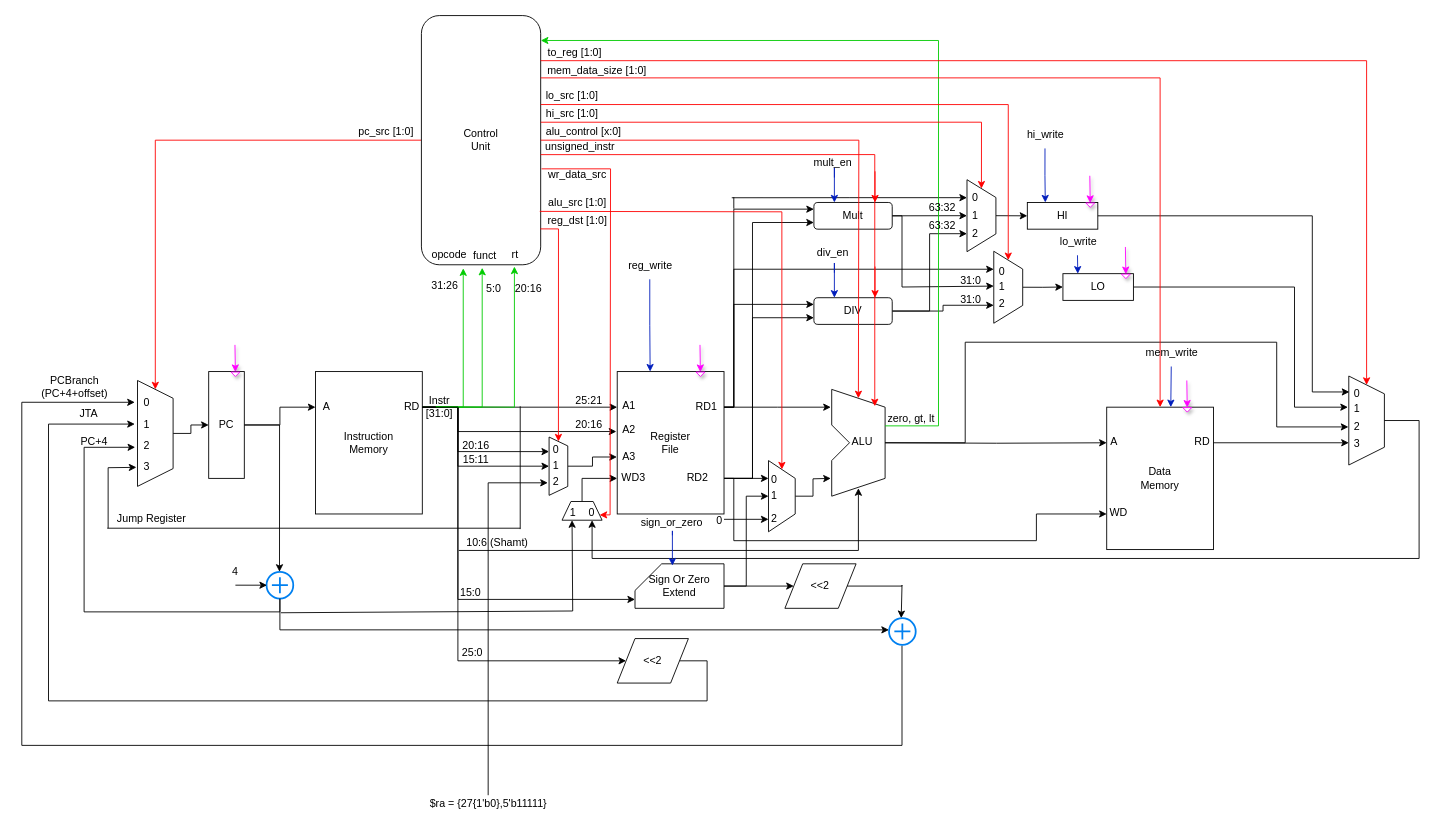
The draw.io diagram Phase1_MIPS_Single_Cycle.drawio in mo2menwael/MIPS32_SingleCycle_Processor, before the edit. Source tidied: cells renumbered, new cells numbered last; positions are measured from the earlier drawing's top-left corner, leaving out a move shared by most shapes. Both pictures are drawn from the tidied source at 89%, with x=0, y=0 at pixel (21, 15).
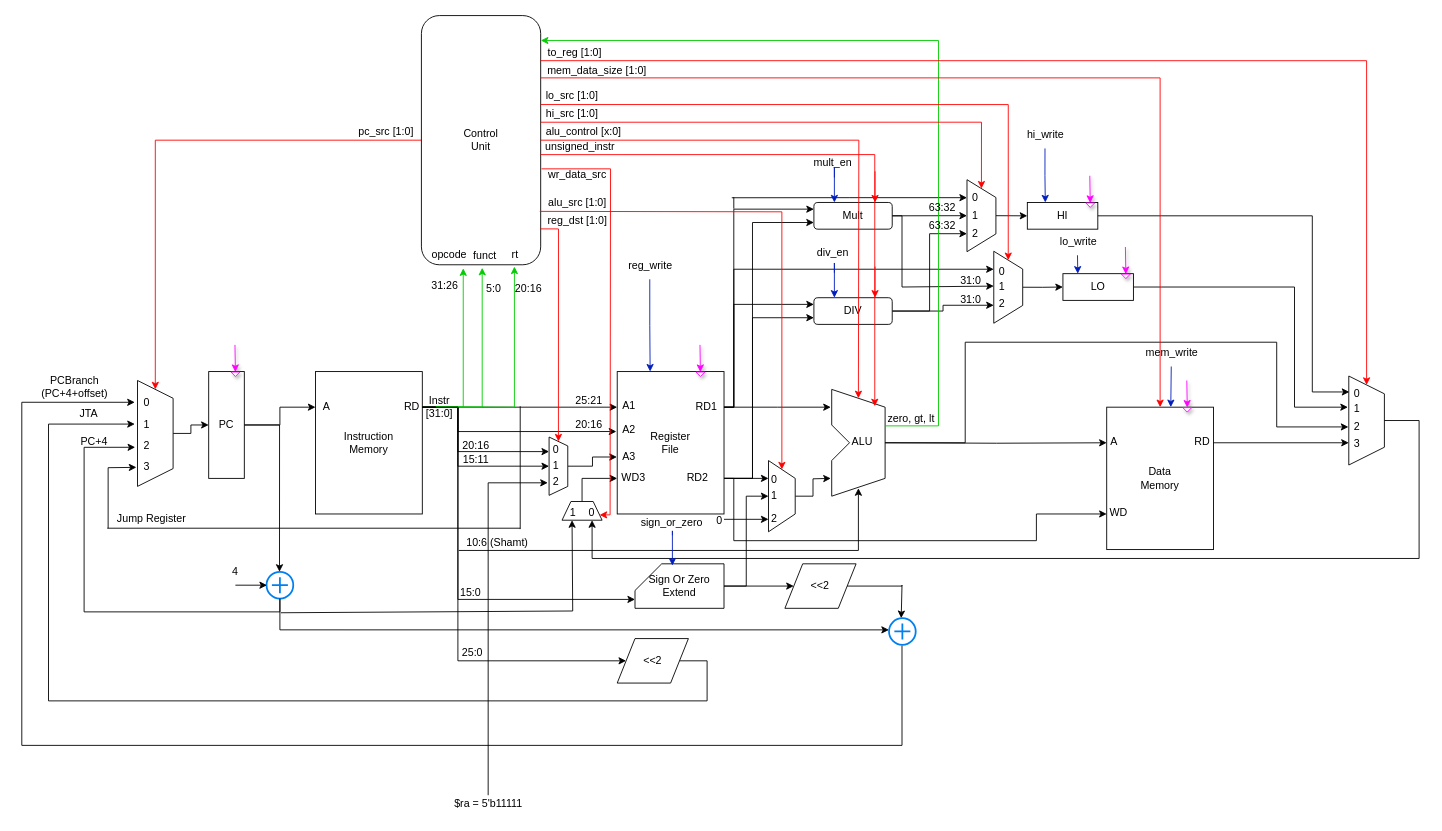
The same page after the edit.

The edit, as a diff of the source:
```diff
@@
-    <mxCell id="170" value="$ra = {27{1'b0},5'b11111}" style="text;html=1;align=center;verticalAlign=middle;strokeColor=none;fillColor=none;" parent="1" vertex="1">
-      <mxGeometry x="449" y="873" width="150" height="26" as="geometry" />
+    <mxCell id="170" value="$ra = 5'b11111" style="text;html=1;align=center;verticalAlign=middle;strokeColor=none;fillColor=none;" parent="1" vertex="1">
+      <mxGeometry x="477" y="873" width="94" height="26" as="geometry" />
     </mxCell>
```
